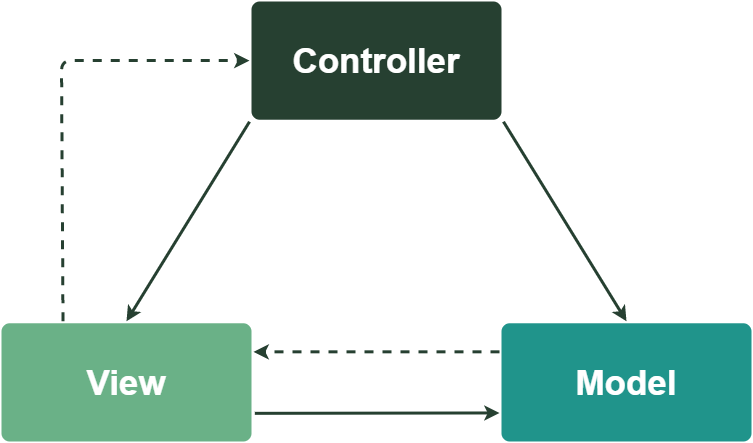
Earlier version of the draw.io export Images/MVCdiagram.png (Saranoja/TeVi). Source tidied: cells renumbered, new cells last; positions are measured from the earlier drawing's top-left corner, leaving out a move shared by most shapes. Source of this version:
```xml
<mxGraphModel background="#ffffff">
  <root>
    <mxCell id="0" />
    <mxCell id="1" parent="0" />
    <mxCell id="2" style="group;" parent="1" vertex="1">
      <mxGeometry width="750" height="440" as="geometry" />
    </mxCell>
    <mxCell id="3" value="&lt;font style=&quot;font-size: 35px&quot;&gt;View&lt;/font&gt;" style="rounded=1;whiteSpace=wrap;html=1;shadow=0;labelBackgroundColor=none;strokeColor=none;strokeWidth=3;fillColor=#6AB187;fontFamily=Helvetica;fontSize=14;fontColor=#FFFFFF;align=center;spacing=5;fontStyle=1;arcSize=7;perimeterSpacing=2;" parent="2" vertex="1">
      <mxGeometry y="321.8" width="250" height="118.2" as="geometry" />
    </mxCell>
    <mxCell id="4" value="&lt;font style=&quot;font-size: 35px&quot;&gt;Controller&lt;/font&gt;" style="rounded=1;whiteSpace=wrap;html=1;shadow=0;labelBackgroundColor=none;strokeColor=none;strokeWidth=3;fillColor=#264031;fontFamily=Helvetica;fontSize=14;fontColor=#FFFFFF;align=center;spacing=5;fontStyle=1;arcSize=7;perimeterSpacing=2;" parent="2" vertex="1">
      <mxGeometry x="250" width="250" height="118.2" as="geometry" />
    </mxCell>
    <mxCell id="5" value="&lt;font style=&quot;font-size: 35px&quot;&gt;Model&lt;/font&gt;" style="rounded=1;whiteSpace=wrap;html=1;shadow=0;labelBackgroundColor=none;strokeColor=none;strokeWidth=3;fillColor=#20948B;fontFamily=Helvetica;fontSize=14;fontColor=#FFFFFF;align=center;spacing=5;fontStyle=1;arcSize=7;perimeterSpacing=2;" parent="2" vertex="1">
      <mxGeometry x="500" y="321.8" width="250" height="118.2" as="geometry" />
    </mxCell>
    <mxCell id="6" style="endArrow=classic;html=1;exitX=0;exitY=1;exitDx=0;exitDy=0;entryX=0.5;entryY=0;entryDx=0;entryDy=0;strokeWidth=3;strokeColor=#264031;" parent="2" edge="1" source="4" target="3">
      <mxGeometry relative="1" as="geometry" />
    </mxCell>
    <mxCell id="7" style="endArrow=classic;html=1;entryX=0;entryY=0.75;entryDx=0;entryDy=0;strokeWidth=3;strokeColor=#264031;" parent="2" edge="1" target="5">
      <mxGeometry relative="1" as="geometry">
        <mxPoint x="253.3" y="411.8" as="sourcePoint" />
      </mxGeometry>
    </mxCell>
    <mxCell id="8" style="endArrow=classic;html=1;exitX=1;exitY=1;exitDx=0;exitDy=0;entryX=0.5;entryY=0;entryDx=0;entryDy=0;strokeWidth=3;strokeColor=#264031;" parent="2" edge="1" source="4" target="5">
      <mxGeometry relative="1" as="geometry" />
    </mxCell>
    <mxCell id="9" style="endArrow=classic;html=1;strokeColor=#264031;dashed=1;exitX=0;exitY=0.25;exitDx=0;exitDy=0;entryX=1;entryY=0.25;entryDx=0;entryDy=0;strokeWidth=3;" parent="2" edge="1" source="5" target="3">
      <mxGeometry relative="1" as="geometry" />
    </mxCell>
    <mxCell id="10" style="endArrow=classic;html=1;strokeColor=#264031;dashed=1;exitX=0.25;exitY=0;exitDx=0;exitDy=0;entryX=0;entryY=0.5;entryDx=0;entryDy=0;strokeWidth=3;" parent="2" edge="1" source="3" target="4">
      <mxGeometry relative="1" as="geometry">
        <Array as="points">
          <mxPoint x="60" y="59.1" />
        </Array>
      </mxGeometry>
    </mxCell>
  </root>
</mxGraphModel>
```
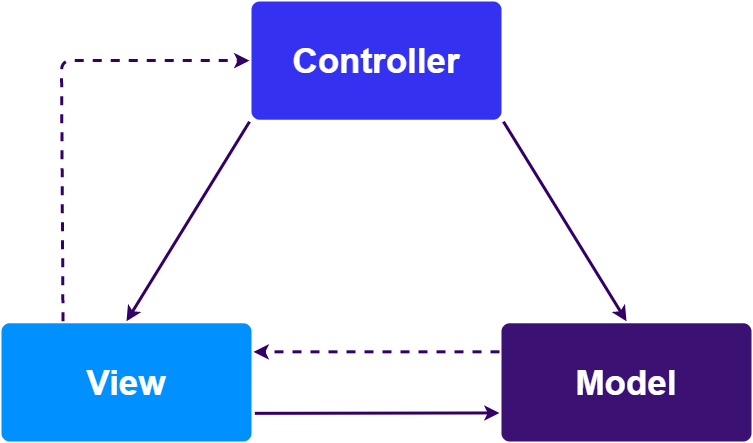
After the change.

What changed in the source:
```diff
@@ -5,30 +5,30 @@
     <mxCell id="2" style="group;" parent="1" vertex="1">
       <mxGeometry width="750" height="440" as="geometry" />
     </mxCell>
-    <mxCell id="3" value="&lt;font style=&quot;font-size: 35px&quot;&gt;View&lt;/font&gt;" style="rounded=1;whiteSpace=wrap;html=1;shadow=0;labelBackgroundColor=none;strokeColor=none;strokeWidth=3;fillColor=#6AB187;fontFamily=Helvetica;fontSize=14;fontColor=#FFFFFF;align=center;spacing=5;fontStyle=1;arcSize=7;perimeterSpacing=2;" parent="2" vertex="1">
+    <mxCell id="3" value="&lt;font style=&quot;font-size: 35px&quot;&gt;View&lt;/font&gt;" style="rounded=1;whiteSpace=wrap;html=1;shadow=0;labelBackgroundColor=none;strokeColor=none;strokeWidth=3;fillColor=#0090ff;fontFamily=Helvetica;fontSize=14;fontColor=#FFFFFF;align=center;spacing=5;fontStyle=1;arcSize=7;perimeterSpacing=2;" parent="2" vertex="1">
       <mxGeometry y="321.8" width="250" height="118.2" as="geometry" />
     </mxCell>
-    <mxCell id="4" value="&lt;font style=&quot;font-size: 35px&quot;&gt;Controller&lt;/font&gt;" style="rounded=1;whiteSpace=wrap;html=1;shadow=0;labelBackgroundColor=none;strokeColor=none;strokeWidth=3;fillColor=#264031;fontFamily=Helvetica;fontSize=14;fontColor=#FFFFFF;align=center;spacing=5;fontStyle=1;arcSize=7;perimeterSpacing=2;" parent="2" vertex="1">
+    <mxCell id="4" value="&lt;font style=&quot;font-size: 35px&quot;&gt;Controller&lt;/font&gt;" style="rounded=1;whiteSpace=wrap;html=1;shadow=0;labelBackgroundColor=none;strokeColor=none;strokeWidth=3;fillColor=#3531F1;fontFamily=Helvetica;fontSize=14;fontColor=#FFFFFF;align=center;spacing=5;fontStyle=1;arcSize=7;perimeterSpacing=2;" parent="2" vertex="1">
       <mxGeometry x="250" width="250" height="118.2" as="geometry" />
     </mxCell>
-    <mxCell id="5" value="&lt;font style=&quot;font-size: 35px&quot;&gt;Model&lt;/font&gt;" style="rounded=1;whiteSpace=wrap;html=1;shadow=0;labelBackgroundColor=none;strokeColor=none;strokeWidth=3;fillColor=#20948B;fontFamily=Helvetica;fontSize=14;fontColor=#FFFFFF;align=center;spacing=5;fontStyle=1;arcSize=7;perimeterSpacing=2;" parent="2" vertex="1">
+    <mxCell id="5" value="&lt;font style=&quot;font-size: 35px&quot;&gt;Model&lt;/font&gt;" style="rounded=1;whiteSpace=wrap;html=1;shadow=0;labelBackgroundColor=none;strokeColor=none;strokeWidth=3;fillColor=#3b1273;fontFamily=Helvetica;fontSize=14;fontColor=#FFFFFF;align=center;spacing=5;fontStyle=1;arcSize=7;perimeterSpacing=2;" parent="2" vertex="1">
       <mxGeometry x="500" y="321.8" width="250" height="118.2" as="geometry" />
     </mxCell>
-    <mxCell id="6" style="endArrow=classic;html=1;exitX=0;exitY=1;exitDx=0;exitDy=0;entryX=0.5;entryY=0;entryDx=0;entryDy=0;strokeWidth=3;strokeColor=#264031;" parent="2" edge="1" source="4" target="3">
+    <mxCell id="6" style="endArrow=classic;html=1;exitX=0;exitY=1;exitDx=0;exitDy=0;entryX=0.5;entryY=0;entryDx=0;entryDy=0;strokeWidth=3;strokeColor=#330066;" parent="2" edge="1" source="4" target="3">
       <mxGeometry relative="1" as="geometry" />
     </mxCell>
-    <mxCell id="7" style="endArrow=classic;html=1;entryX=0;entryY=0.75;entryDx=0;entryDy=0;strokeWidth=3;strokeColor=#264031;" parent="2" edge="1" target="5">
+    <mxCell id="7" style="endArrow=classic;html=1;entryX=0;entryY=0.75;entryDx=0;entryDy=0;strokeWidth=3;strokeColor=#330066;" parent="2" edge="1" target="5">
       <mxGeometry relative="1" as="geometry">
         <mxPoint x="253.3" y="411.8" as="sourcePoint" />
       </mxGeometry>
     </mxCell>
-    <mxCell id="8" style="endArrow=classic;html=1;exitX=1;exitY=1;exitDx=0;exitDy=0;entryX=0.5;entryY=0;entryDx=0;entryDy=0;strokeWidth=3;strokeColor=#264031;" parent="2" edge="1" source="4" target="5">
+    <mxCell id="8" style="endArrow=classic;html=1;exitX=1;exitY=1;exitDx=0;exitDy=0;entryX=0.5;entryY=0;entryDx=0;entryDy=0;strokeWidth=3;strokeColor=#330066;" parent="2" edge="1" source="4" target="5">
       <mxGeometry relative="1" as="geometry" />
     </mxCell>
-    <mxCell id="9" style="endArrow=classic;html=1;strokeColor=#264031;dashed=1;exitX=0;exitY=0.25;exitDx=0;exitDy=0;entryX=1;entryY=0.25;entryDx=0;entryDy=0;strokeWidth=3;" parent="2" edge="1" source="5" target="3">
+    <mxCell id="9" style="endArrow=classic;html=1;strokeColor=#330066;dashed=1;exitX=0;exitY=0.25;exitDx=0;exitDy=0;entryX=1;entryY=0.25;entryDx=0;entryDy=0;strokeWidth=3;" parent="2" edge="1" source="5" target="3">
       <mxGeometry relative="1" as="geometry" />
     </mxCell>
-    <mxCell id="10" style="endArrow=classic;html=1;strokeColor=#264031;dashed=1;exitX=0.25;exitY=0;exitDx=0;exitDy=0;entryX=0;entryY=0.5;entryDx=0;entryDy=0;strokeWidth=3;" parent="2" edge="1" source="3" target="4">
+    <mxCell id="10" style="endArrow=classic;html=1;strokeColor=#330066;dashed=1;exitX=0.25;exitY=0;exitDx=0;exitDy=0;entryX=0;entryY=0.5;entryDx=0;entryDy=0;strokeWidth=3;" parent="2" edge="1" source="3" target="4">
       <mxGeometry relative="1" as="geometry">
         <Array as="points">
           <mxPoint x="60" y="59.1" />
```
